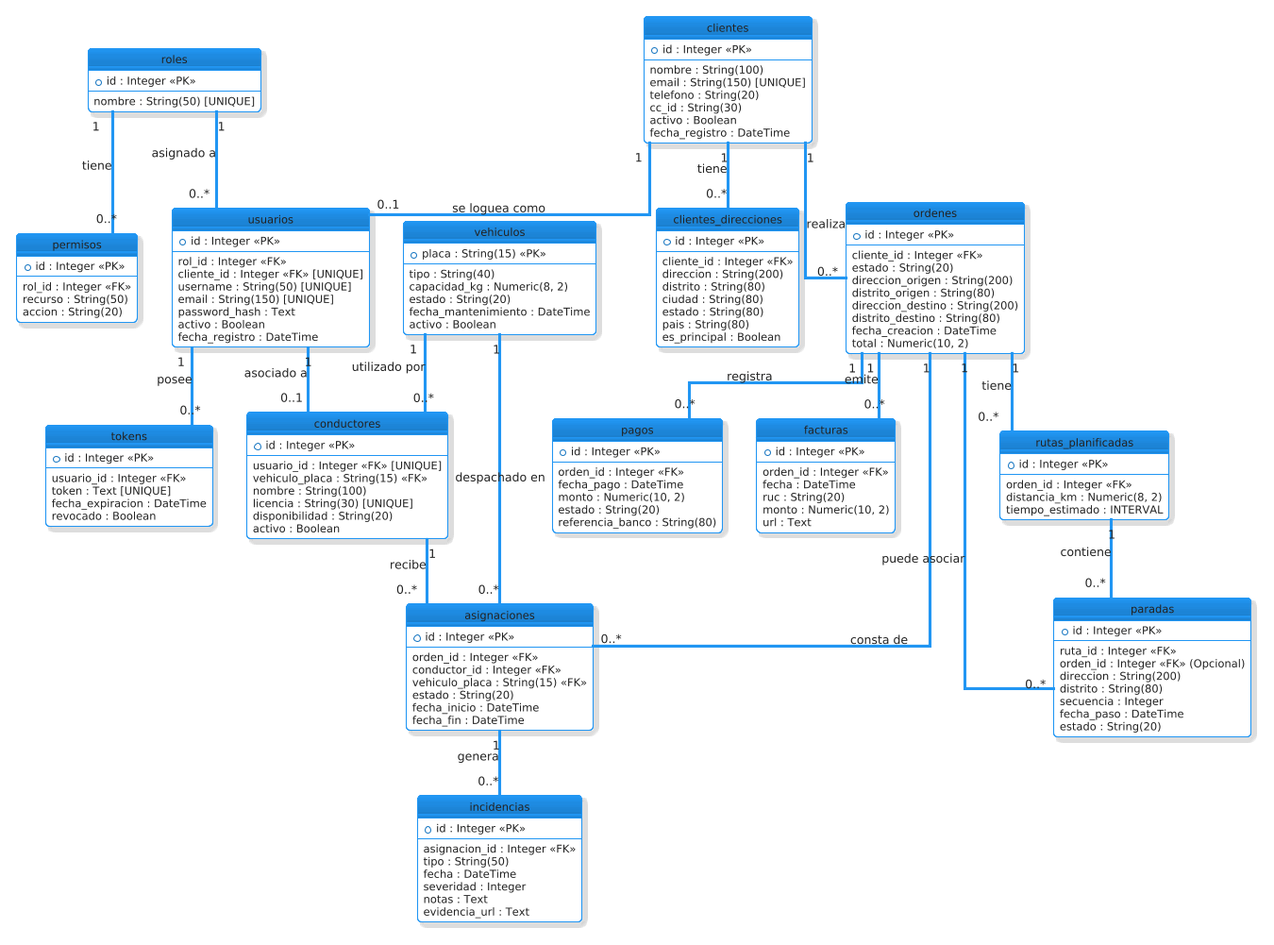
Before: diseno_tablas.png, a diagram exported from PlantUML (JhordanSir/rappi2).
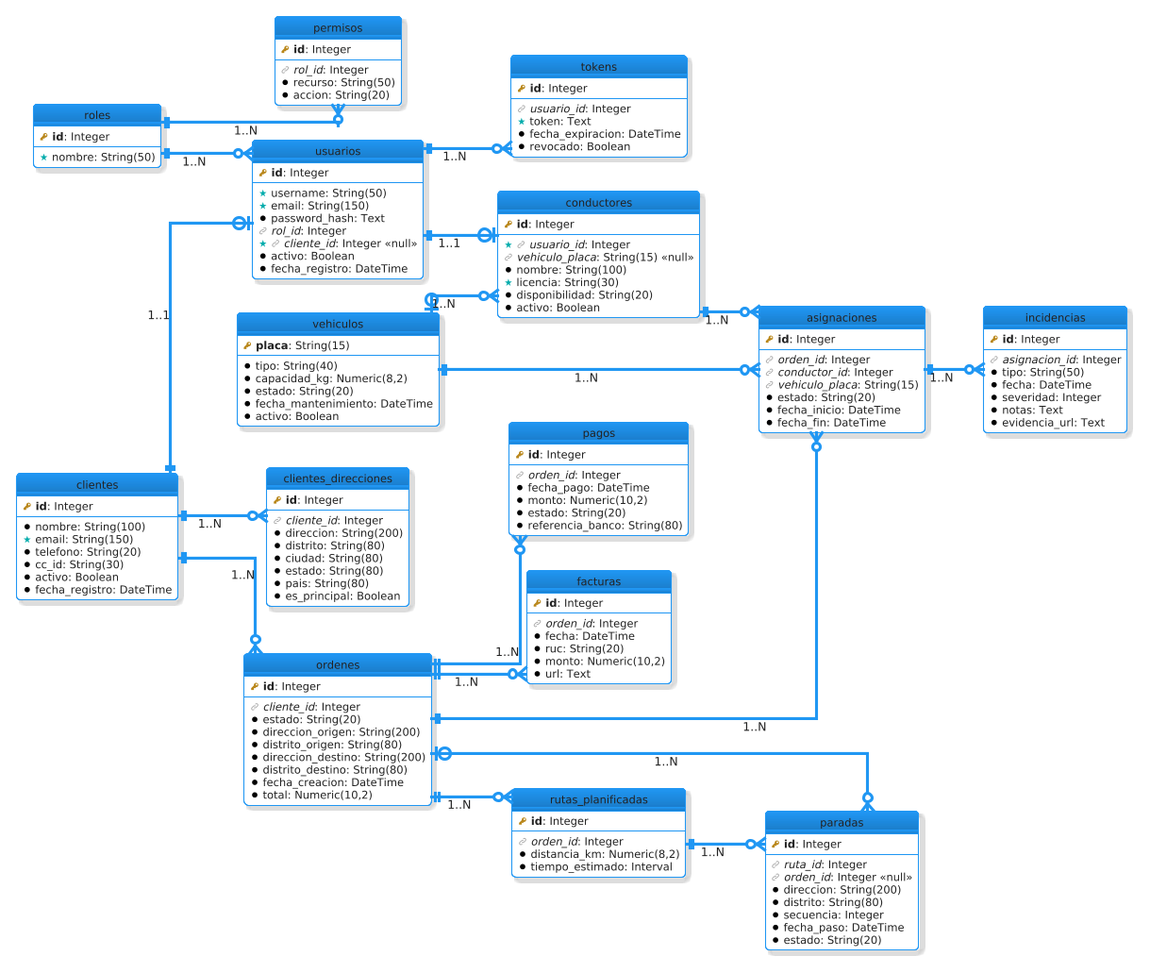
After the change.

Change to the diagram source:
```diff
@@ -6,184 +6,192 @@
 skinparam TableBackgroundColor #F9F9F9
 skinparam TableBorderColor #AAAAAA
 
+!define Table(name,desc) class name as "desc" << (T,#FFAAAA) >>
+!define primary_key(x) <b><color:#b8861b><&key></color> x</b>
+!define foreign_key(x) <color:#aaaaaa><&link-intact></color> <i>x</i>
+!define unique(x) <color:#00aaaa><&star></color> x
+!define column(x) <color:#000000><&media-record></color> x
 
-entity "roles" as roles {
-  * id : Integer <<PK>>
-  --
-  nombre : String(50) [UNIQUE]
+left to right direction
+
+
+Table(roles, "roles") {
+    primary_key(id): Integer
+    --
+    unique(nombre): String(50)
 }
 
-entity "permisos" as permisos {
-  * id : Integer <<PK>>
-  --
-  rol_id : Integer <<FK>>
-  recurso : String(50)
-  accion : String(20)
+Table(permisos, "permisos") {
+    primary_key(id): Integer
+    --
+    foreign_key(rol_id): Integer
+    column(recurso): String(50)
+    column(accion): String(20)
 }
 
-entity "usuarios" as usuarios {
-  * id : Integer <<PK>>
-  --
-  rol_id : Integer <<FK>>
-  cliente_id : Integer <<FK>> [UNIQUE]
-  username : String(50) [UNIQUE]
-  email : String(150) [UNIQUE]
-  password_hash : Text
-  activo : Boolean
-  fecha_registro : DateTime
+Table(clientes, "clientes") {
+    primary_key(id): Integer
+    --
+    column(nombre): String(100)
+    unique(email): String(150)
+    column(telefono): String(20)
+    column(cc_id): String(30)
+    column(activo): Boolean
+    column(fecha_registro): DateTime
 }
 
-entity "tokens" as tokens {
-  * id : Integer <<PK>>
-  --
-  usuario_id : Integer <<FK>>
-  token : Text [UNIQUE]
-  fecha_expiracion : DateTime
-  revocado : Boolean
+Table(clientes_direcciones, "clientes_direcciones") {
+    primary_key(id): Integer
+    --
+    foreign_key(cliente_id): Integer
+    column(direccion): String(200)
+    column(distrito): String(80)
+    column(ciudad): String(80)
+    column(estado): String(80)
+    column(pais): String(80)
+    column(es_principal): Boolean
 }
 
-entity "clientes" as clientes {
-  * id : Integer <<PK>>
-  --
-  nombre : String(100)
-  email : String(150) [UNIQUE]
-  telefono : String(20)
-  cc_id : String(30)
-  activo : Boolean
-  fecha_registro : DateTime
+Table(usuarios, "usuarios") {
+    primary_key(id): Integer
+    --
+    unique(username): String(50)
+    unique(email): String(150)
+    column(password_hash): Text
+    foreign_key(rol_id): Integer
+    unique(foreign_key(cliente_id)): Integer <<null>>
+    column(activo): Boolean
+    column(fecha_registro): DateTime
 }
 
-entity "clientes_direcciones" as clientes_direcciones {
-  * id : Integer <<PK>>
-  --
-  cliente_id : Integer <<FK>>
-  direccion : String(200)
-  distrito : String(80)
-  ciudad : String(80)
-  estado : String(80)
-  pais : String(80)
-  es_principal : Boolean
+Table(tokens, "tokens") {
+    primary_key(id): Integer
+    --
+    foreign_key(usuario_id): Integer
+    unique(token): Text
+    column(fecha_expiracion): DateTime
+    column(revocado): Boolean
 }
 
-entity "vehiculos" as vehiculos {
-  * placa : String(15) <<PK>>
-  --
-  tipo : String(40)
-  capacidad_kg : Numeric(8, 2)
-  estado : String(20)
-  fecha_mantenimiento : DateTime
-  activo : Boolean
+Table(vehiculos, "vehiculos") {
+    primary_key(placa): String(15)
+    --
+    column(tipo): String(40)
+    column(capacidad_kg): Numeric(8,2)
+    column(estado): String(20)
+    column(fecha_mantenimiento): DateTime
+    column(activo): Boolean
 }
 
-entity "conductores" as conductores {
-  * id : Integer <<PK>>
-  --
-  usuario_id : Integer <<FK>> [UNIQUE]
-  vehiculo_placa : String(15) <<FK>>
-  nombre : String(100)
-  licencia : String(30) [UNIQUE]
-  disponibilidad : String(20)
-  activo : Boolean
+Table(conductores, "conductores") {
+    primary_key(id): Integer
+    --
+    unique(foreign_key(usuario_id)): Integer
+    foreign_key(vehiculo_placa): String(15) <<null>>
+    column(nombre): String(100)
+    unique(licencia): String(30)
+    column(disponibilidad): String(20)
+    column(activo): Boolean
 }
 
-entity "ordenes" as ordenes {
-  * id : Integer <<PK>>
-  --
-  cliente_id : Integer <<FK>>
-  estado : String(20)
-  direccion_origen : String(200)
-  distrito_origen : String(80)
-  direccion_destino : String(200)
-  distrito_destino : String(80)
-  fecha_creacion : DateTime
-  total : Numeric(10, 2)
+Table(ordenes, "ordenes") {
+    primary_key(id): Integer
+    --
+    foreign_key(cliente_id): Integer
+    column(estado): String(20)
+    column(direccion_origen): String(200)
+    column(distrito_origen): String(80)
+    column(direccion_destino): String(200)
+    column(distrito_destino): String(80)
+    column(fecha_creacion): DateTime
+    column(total): Numeric(10,2)
 }
 
-entity "pagos" as pagos {
-  * id : Integer <<PK>>
-  --
-  orden_id : Integer <<FK>>
-  fecha_pago : DateTime
-  monto : Numeric(10, 2)
-  estado : String(20)
-  referencia_banco : String(80)
+Table(pagos, "pagos") {
+    primary_key(id): Integer
+    --
+    foreign_key(orden_id): Integer
+    column(fecha_pago): DateTime
+    column(monto): Numeric(10,2)
+    column(estado): String(20)
+    column(referencia_banco): String(80)
 }
 
-entity "facturas" as facturas {
-  * id : Integer <<PK>>
-  --
-  orden_id : Integer <<FK>>
-  fecha : DateTime
-  ruc : String(20)
-  monto : Numeric(10, 2)
-  url : Text
+Table(facturas, "facturas") {
+    primary_key(id): Integer
+    --
+    foreign_key(orden_id): Integer
+    column(fecha): DateTime
+    column(ruc): String(20)
+    column(monto): Numeric(10,2)
+    column(url): Text
 }
 
-entity "asignaciones" as asignaciones {
-  * id : Integer <<PK>>
-  --
-  orden_id : Integer <<FK>>
-  conductor_id : Integer <<FK>>
-  vehiculo_placa : String(15) <<FK>>
-  estado : String(20)
-  fecha_inicio : DateTime
-  fecha_fin : DateTime
+Table(asignaciones, "asignaciones") {
+    primary_key(id): Integer
+    --
+    foreign_key(orden_id): Integer
+    foreign_key(conductor_id): Integer
+    foreign_key(vehiculo_placa): String(15)
+    column(estado): String(20)
+    column(fecha_inicio): DateTime
+    column(fecha_fin): DateTime
 }
 
-entity "rutas_planificadas" as rutas_planificadas {
-  * id : Integer <<PK>>
-  --
-  orden_id : Integer <<FK>>
-  distancia_km : Numeric(8, 2)
-  tiempo_estimado : INTERVAL
+Table(incidencias, "incidencias") {
+    primary_key(id): Integer
+    --
+    foreign_key(asignacion_id): Integer
+    column(tipo): String(50)
+    column(fecha): DateTime
+    column(severidad): Integer
+    column(notas): Text
+    column(evidencia_url): Text
 }
 
-entity "paradas" as paradas {
-  * id : Integer <<PK>>
-  --
-  ruta_id : Integer <<FK>>
-  orden_id : Integer <<FK>> (Opcional)
-  direccion : String(200)
-  distrito : String(80)
-  secuencia : Integer
-  fecha_paso : DateTime
-  estado : String(20)
+Table(rutas_planificadas, "rutas_planificadas") {
+    primary_key(id): Integer
+    --
+    foreign_key(orden_id): Integer
+    column(distancia_km): Numeric(8,2)
+    column(tiempo_estimado): Interval
 }
 
-entity "incidencias" as incidencias {
-  * id : Integer <<PK>>
-  --
-  asignacion_id : Integer <<FK>>
-  tipo : String(50)
-  fecha : DateTime
-  severidad : Integer
-  notas : Text
-  evidencia_url : Text
+Table(paradas, "paradas") {
+    primary_key(id): Integer
+    --
+    foreign_key(ruta_id): Integer
+    foreign_key(orden_id): Integer <<null>>
+    column(direccion): String(200)
+    column(distrito): String(80)
+    column(secuencia): Integer
+    column(fecha_paso): DateTime
+    column(estado): String(20)
 }
 
 
-roles "1" -- "0..*" permisos : tiene
-roles "1" -- "0..*" usuarios : asignado a
+roles ||--o{ permisos : "1..N"
+roles ||--o{ usuarios : "1..N"
 
-clientes "1" -- "0..1" usuarios : se loguea como
-clientes "1" -- "0..*" clientes_direcciones : tiene
-clientes "1" -- "0..*" ordenes : realiza
+clientes ||--o{ clientes_direcciones : "1..N"
+clientes ||--o| usuarios : "1..1"
+clientes ||--o{ ordenes : "1..N"
 
-usuarios "1" -- "0..*" tokens : posee
-usuarios "1" -- "0..1" conductores : asociado a
+usuarios ||--o{ tokens : "1..N"
+usuarios ||--o| conductores : "1..1"
 
-vehiculos "1" -- "0..*" conductores : utilizado por
-vehiculos "1" -- "0..*" asignaciones : despachado en
+vehiculos |o--o{ conductores : "1..N"
+vehiculos ||--o{ asignaciones : "1..N"
 
-conductores "1" -- "0..*" asignaciones : recibe
+conductores ||--o{ asignaciones : "1..N"
 
-ordenes "1" -- "0..*" pagos : registra
-ordenes "1" -- "0..*" facturas : emite
-ordenes "1" -- "0..*" asignaciones : consta de
-ordenes "1" -- "0..*" rutas_planificadas : tiene
+ordenes ||--o{ pagos : "1..N"
+ordenes ||--o{ facturas : "1..N"
+ordenes ||--o{ asignaciones : "1..N"
+ordenes ||--o{ rutas_planificadas : "1..N"
+ordenes |o--o{ paradas : "1..N"
 
-rutas_planificadas "1" -- "0..*" paradas : contiene
-ordenes "1" -- "0..*" paradas : puede asociar
+asignaciones ||--o{ incidencias : "1..N"
 
-asignaciones "1" -- "0..*" incidencias : genera
+rutas_planificadas ||--o{ paradas : "1..N"
 @enduml
```
